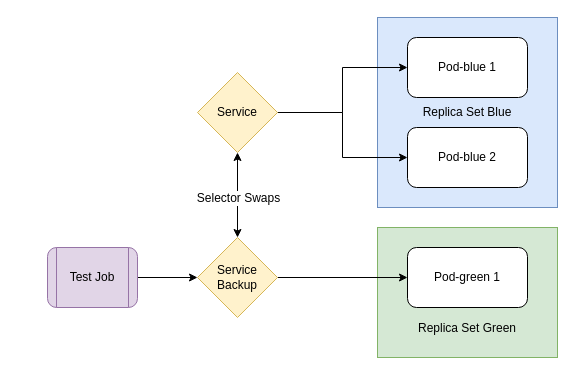
The draw.io diagram resources/kbg.drawio in nestorsokil/kbg, before the edit. Source tidied: cells renumbered, new cells numbered last; positions are measured from the earlier drawing's top-left corner, leaving out a move shared by most shapes. Both pictures are drawn from the tidied source at 100%, with x=0, y=0 at pixel (47, 17).
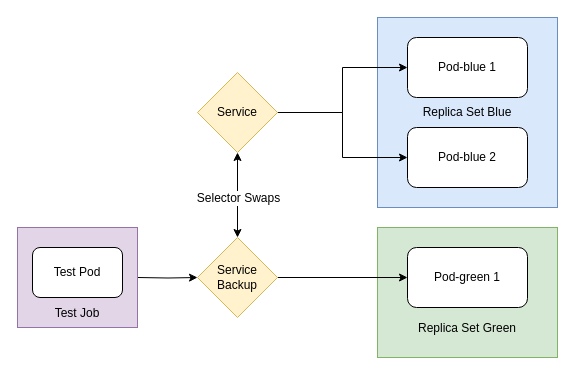
The same diagram, later.

The change refers to these unchanged cells:
```xml
<mxCell id="13" value="Service&lt;br&gt;Backup" style="rhombus;whiteSpace=wrap;html=1;fillColor=#fff2cc;strokeColor=#d6b656;" parent="1" vertex="1">
  <mxGeometry x="150" y="220" width="80" height="80" as="geometry" />
</mxCell>
```

Change to the diagram source:
```diff
@@
-    <mxCell id="14" style="edgeStyle=orthogonalEdgeStyle;rounded=0;jettySize=auto;html=1;exitX=1;exitY=0.5;exitDx=0;exitDy=0;" parent="1" edge="1" source="15" target="13">
-      <mxGeometry relative="1" as="geometry" />
+    <mxCell id="14" style="edgeStyle=orthogonalEdgeStyle;rounded=0;jettySize=auto;html=1;exitX=1;exitY=0.5;exitDx=0;exitDy=0;" parent="1" edge="1" target="13">
+      <mxGeometry relative="1" as="geometry">
+        <mxPoint x="90" y="260" as="sourcePoint" />
+      </mxGeometry>
     </mxCell>
-    <mxCell id="15" value="Test Job" style="shape=process;whiteSpace=wrap;html=1;backgroundOutline=1;rounded=1;fillColor=#e1d5e7;strokeColor=#9673a6;" parent="1" vertex="1">
-      <mxGeometry y="230" width="90" height="60" as="geometry" />
-    </mxCell>
@@
+    <mxCell id="15" value="&lt;br&gt;&lt;br&gt;&lt;br&gt;&lt;br&gt;&lt;br&gt;Test Job" style="rounded=0;whiteSpace=wrap;html=1;fillColor=#e1d5e7;strokeColor=#9673a6;" parent="1" vertex="1">
+      <mxGeometry x="-30" y="210" width="120" height="100" as="geometry" />
+    </mxCell>
+    <mxCell id="18" value="Test Pod" style="rounded=1;whiteSpace=wrap;html=1;" parent="1" vertex="1">
+      <mxGeometry x="-15" y="230" width="90" height="50" as="geometry" />
+    </mxCell>
```
